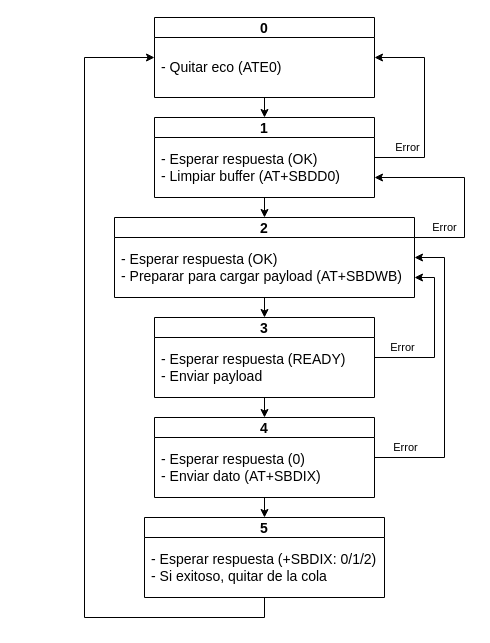
Above: page "SendFSM" (3 of 4) of docs/Diagramas/Estacion rio jachal.drawio in AgustinAllegui/Estacion-calidad-agua (draw.io), before the change. Source tidied: cells renumbered, new cells numbered last; positions are measured from the earlier drawing's top-left corner, leaving out a move shared by most shapes. Both pictures are drawn from the tidied source at 100%, with x=0, y=0 at pixel (84, 17).
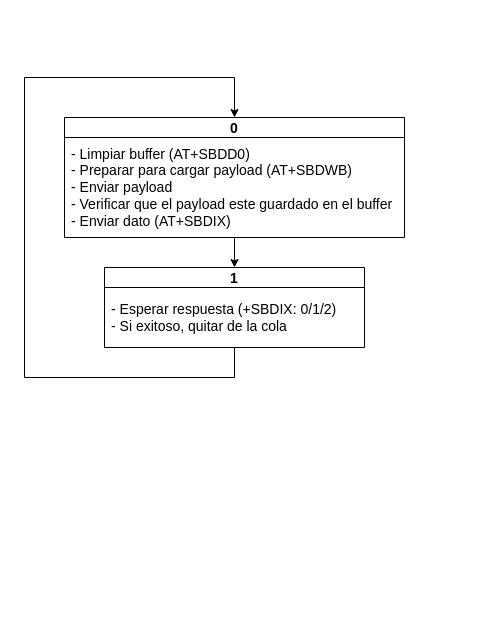
The same page after the edit.

Change to the diagram source:
```diff
@@
     <mxCell id="3" value="0" style="swimlane;labelBackgroundColor=none;labelBorderColor=none;fontFamily=Helvetica;fontSize=14;fontColor=#000000;fillColor=default;startSize=20;" parent="1" vertex="1">
-      <mxGeometry x="70" width="220" height="80" as="geometry" />
+      <mxGeometry x="-20" y="100" width="340" height="120" as="geometry" />
     </mxCell>
-    <mxCell id="4" value="- Quitar eco (ATE0)" style="text;html=1;align=left;verticalAlign=middle;whiteSpace=wrap;rounded=0;labelBackgroundColor=none;labelBorderColor=none;fontFamily=Helvetica;fontSize=14;fontColor=default;spacingLeft=5;" parent="3" vertex="1">
-      <mxGeometry y="20" width="220" height="60" as="geometry" />
+    <mxCell id="4" value="- Limpiar buffer (AT+SBDD0)&lt;br&gt;- Preparar para cargar payload (AT+SBDWB)&lt;br&gt;- Enviar payload&lt;br&gt;- Verificar que el payload este guardado en el buffer&lt;br&gt;- Enviar dato (AT+SBDIX)" style="text;html=1;align=left;verticalAlign=middle;whiteSpace=wrap;rounded=0;labelBackgroundColor=none;labelBorderColor=none;fontFamily=Helvetica;fontSize=14;fontColor=default;spacingLeft=5;" parent="3" vertex="1">
+      <mxGeometry y="20" width="340" height="100" as="geometry" />
     </mxCell>
-    <mxCell id="5" style="edgeStyle=orthogonalEdgeStyle;rounded=0;jettySize=auto;html=1;exitX=0.5;exitY=1;exitDx=0;exitDy=0;entryX=0.5;entryY=0;entryDx=0;entryDy=0;" parent="1" edge="1" source="7" target="11">
-      <mxGeometry relative="1" as="geometry" />
-    </mxCell>
-    <mxCell id="6" value="Error" style="edgeStyle=orthogonalEdgeStyle;rounded=0;jettySize=auto;html=1;entryX=1;entryY=0.5;entryDx=0;entryDy=0;exitX=1;exitY=0.5;exitDx=0;exitDy=0;" parent="1" edge="1" source="7" target="3">
-      <mxGeometry x="-0.67" y="10" relative="1" as="geometry">
+    <mxCell id="6" style="edgeStyle=orthogonalEdgeStyle;rounded=0;jettySize=auto;html=1;entryX=0.5;entryY=0;entryDx=0;entryDy=0;" parent="1" edge="1" source="7" target="3">
+      <mxGeometry relative="1" as="geometry">
         <Array as="points">
-          <mxPoint x="340" y="140" />
-          <mxPoint x="340" y="40" />
+          <mxPoint x="150" y="360" />
+          <mxPoint x="-60" y="360" />
+          <mxPoint x="-60" y="60" />
+          <mxPoint x="150" y="60" />
         </Array>
       </mxGeometry>
     </mxCell>
     <mxCell id="7" value="1" style="swimlane;labelBackgroundColor=none;labelBorderColor=none;fontFamily=Helvetica;fontSize=14;fontColor=#000000;fillColor=default;startSize=20;" parent="1" vertex="1">
-      <mxGeometry x="70" y="100" width="220" height="80" as="geometry" />
+      <mxGeometry x="20" y="250" width="260" height="80" as="geometry" />
     </mxCell>
-    <mxCell id="8" value="&lt;span style=&quot;&quot;&gt;- Esperar respuesta (OK)&lt;br&gt;&lt;/span&gt;- Limpiar buffer (&lt;span&gt;AT+SBDD0)&lt;/span&gt;" style="text;html=1;align=left;verticalAlign=middle;whiteSpace=wrap;rounded=0;labelBackgroundColor=none;labelBorderColor=none;fontFamily=Helvetica;fontSize=14;fontColor=default;spacingLeft=5;" parent="7" vertex="1">
-      <mxGeometry y="20" width="220" height="60" as="geometry" />
+    <mxCell id="8" value="- Esperar respuesta (+SBDIX: 0/1/2)&lt;br&gt;- Si exitoso, quitar de la cola" style="text;html=1;align=left;verticalAlign=middle;whiteSpace=wrap;rounded=0;labelBackgroundColor=none;labelBorderColor=none;fontFamily=Helvetica;fontSize=14;fontColor=default;spacingLeft=5;" parent="7" vertex="1">
+      <mxGeometry y="20" width="260" height="60" as="geometry" />
     </mxCell>
-    <mxCell id="9" style="edgeStyle=orthogonalEdgeStyle;rounded=0;jettySize=auto;html=1;exitX=0.5;exitY=1;exitDx=0;exitDy=0;entryX=0.5;entryY=0;entryDx=0;entryDy=0;" parent="1" edge="1" source="11" target="15">
-      <mxGeometry relative="1" as="geometry" />
-    </mxCell>
-    <mxCell id="10" value="Error" style="edgeStyle=orthogonalEdgeStyle;rounded=0;jettySize=auto;html=1;exitX=1;exitY=0.25;exitDx=0;exitDy=0;entryX=1;entryY=0.75;entryDx=0;entryDy=0;" parent="1" edge="1" source="11" target="7">
-      <mxGeometry x="-0.7" y="10" relative="1" as="geometry">
-        <Array as="points">
-          <mxPoint x="380" y="220" />
-          <mxPoint x="380" y="160" />
-        </Array>
-      </mxGeometry>
-    </mxCell>
-    <mxCell id="11" value="2" style="swimlane;labelBackgroundColor=none;labelBorderColor=none;fontFamily=Helvetica;fontSize=14;fontColor=#000000;fillColor=default;startSize=20;" parent="1" vertex="1">
-      <mxGeometry x="30" y="200" width="300" height="80" as="geometry" />
-    </mxCell>
-    <mxCell id="12" value="- Esperar respuesta (OK)&lt;br&gt;- Preparar para cargar payload (AT+SBDWB)" style="text;html=1;align=left;verticalAlign=middle;whiteSpace=wrap;rounded=0;labelBackgroundColor=none;labelBorderColor=none;fontFamily=Helvetica;fontSize=14;fontColor=default;spacingLeft=5;" parent="11" vertex="1">
-      <mxGeometry y="20" width="300" height="60" as="geometry" />
-    </mxCell>
-    <mxCell id="13" style="edgeStyle=orthogonalEdgeStyle;rounded=0;jettySize=auto;html=1;exitX=0.5;exitY=1;exitDx=0;exitDy=0;entryX=0.5;entryY=0;entryDx=0;entryDy=0;" parent="1" edge="1" source="15" target="19">
-      <mxGeometry relative="1" as="geometry" />
-    </mxCell>
-    <mxCell id="14" value="Error" style="edgeStyle=orthogonalEdgeStyle;rounded=0;jettySize=auto;html=1;exitX=1;exitY=0.5;exitDx=0;exitDy=0;entryX=1;entryY=0.75;entryDx=0;entryDy=0;" parent="1" edge="1" source="15" target="11">
-      <mxGeometry x="-0.65" y="10" relative="1" as="geometry">
-        <Array as="points">
-          <mxPoint x="350" y="340" />
-          <mxPoint x="350" y="260" />
-        </Array>
-      </mxGeometry>
-    </mxCell>
-    <mxCell id="15" value="3" style="swimlane;labelBackgroundColor=none;labelBorderColor=none;fontFamily=Helvetica;fontSize=14;fontColor=#000000;fillColor=default;startSize=20;" parent="1" vertex="1">
-      <mxGeometry x="70" y="300" width="220" height="80" as="geometry" />
-    </mxCell>
-    <mxCell id="16" value="- Esperar respuesta (READY)&lt;br&gt;- Enviar payload" style="text;html=1;align=left;verticalAlign=middle;whiteSpace=wrap;rounded=0;labelBackgroundColor=none;labelBorderColor=none;fontFamily=Helvetica;fontSize=14;fontColor=default;spacingLeft=5;" parent="15" vertex="1">
-      <mxGeometry y="20" width="220" height="60" as="geometry" />
-    </mxCell>
-    <mxCell id="17" style="edgeStyle=orthogonalEdgeStyle;rounded=0;jettySize=auto;html=1;exitX=0.5;exitY=1;exitDx=0;exitDy=0;entryX=0.5;entryY=0;entryDx=0;entryDy=0;" parent="1" edge="1" source="19" target="22">
-      <mxGeometry relative="1" as="geometry" />
-    </mxCell>
-    <mxCell id="18" value="Error" style="edgeStyle=orthogonalEdgeStyle;rounded=0;jettySize=auto;html=1;exitX=1;exitY=0.5;exitDx=0;exitDy=0;entryX=1;entryY=0.5;entryDx=0;entryDy=0;" parent="1" edge="1" source="19" target="11">
-      <mxGeometry x="-0.79" y="10" relative="1" as="geometry">
-        <Array as="points">
-          <mxPoint x="360" y="440" />
-          <mxPoint x="360" y="240" />
-        </Array>
-      </mxGeometry>
-    </mxCell>
-    <mxCell id="19" value="4" style="swimlane;labelBackgroundColor=none;labelBorderColor=none;fontFamily=Helvetica;fontSize=14;fontColor=#000000;fillColor=default;startSize=20;" parent="1" vertex="1">
-      <mxGeometry x="70" y="400" width="220" height="80" as="geometry" />
-    </mxCell>
-    <mxCell id="20" value="- Esperar respuesta (0)&lt;br&gt;- Enviar dato (AT+SBDIX)" style="text;html=1;align=left;verticalAlign=middle;whiteSpace=wrap;rounded=0;labelBackgroundColor=none;labelBorderColor=none;fontFamily=Helvetica;fontSize=14;fontColor=default;spacingLeft=5;" parent="19" vertex="1">
-      <mxGeometry y="20" width="220" height="60" as="geometry" />
-    </mxCell>
-    <mxCell id="21" style="edgeStyle=orthogonalEdgeStyle;rounded=0;jettySize=auto;html=1;exitX=0.5;exitY=1;exitDx=0;exitDy=0;entryX=0;entryY=0.5;entryDx=0;entryDy=0;" parent="1" edge="1" source="22" target="3">
-      <mxGeometry relative="1" as="geometry">
-        <Array as="points">
-          <mxPoint x="180" y="600" />
-          <mxPoint y="600" />
-          <mxPoint y="40" />
-        </Array>
-      </mxGeometry>
-    </mxCell>
-    <mxCell id="22" value="5" style="swimlane;labelBackgroundColor=none;labelBorderColor=none;fontFamily=Helvetica;fontSize=14;fontColor=#000000;fillColor=default;startSize=20;" parent="1" vertex="1">
-      <mxGeometry x="60" y="500" width="240" height="80" as="geometry" />
-    </mxCell>
-    <mxCell id="23" value="- Esperar respuesta (+SBDIX: 0/1/2)&lt;br&gt;- Si exitoso, quitar de la cola" style="text;html=1;align=left;verticalAlign=middle;whiteSpace=wrap;rounded=0;labelBackgroundColor=none;labelBorderColor=none;fontFamily=Helvetica;fontSize=14;fontColor=default;spacingLeft=5;" parent="22" vertex="1">
-      <mxGeometry y="20" width="240" height="60" as="geometry" />
-    </mxCell>
```
